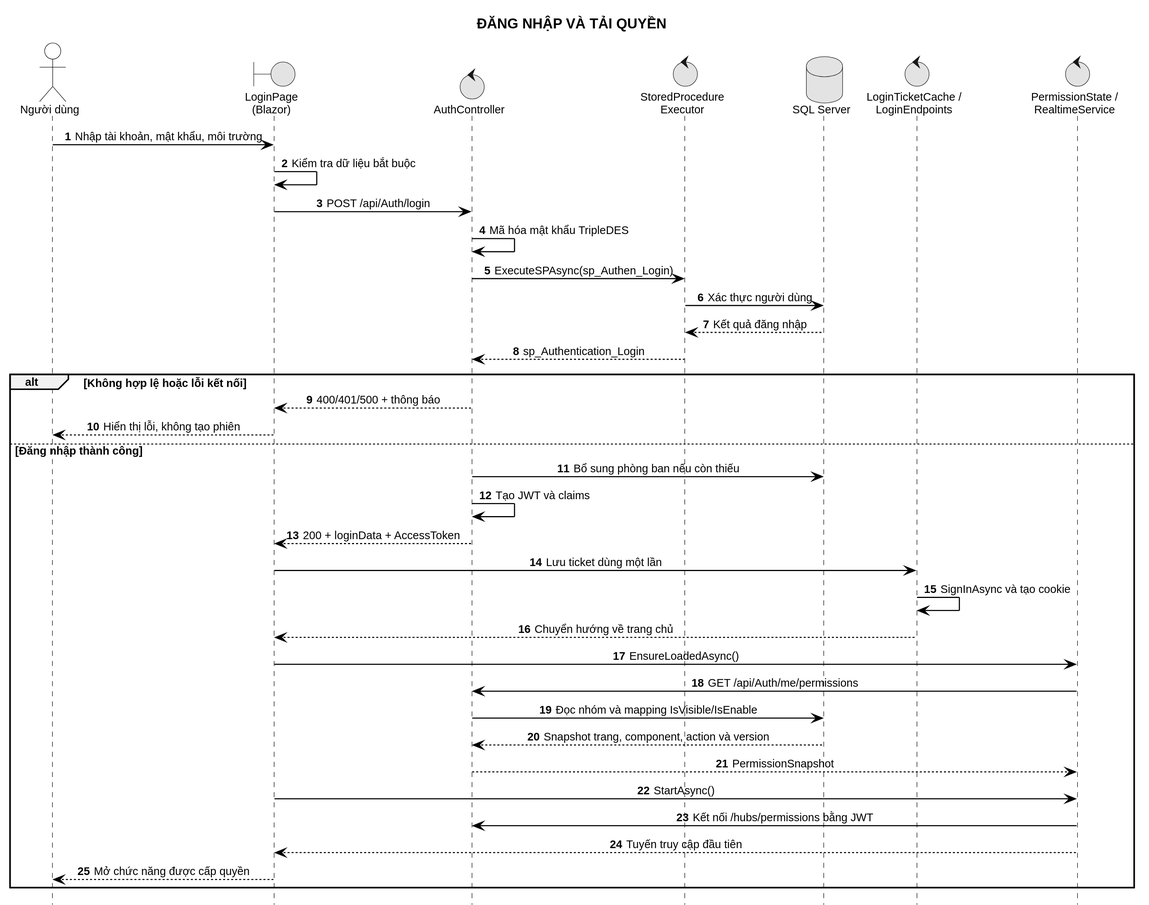
The PlantUML diagram LVTN/diagrams/ch03/sequence-login-permissions.svg in Miikey24s/gtas_vpp, before a commit.
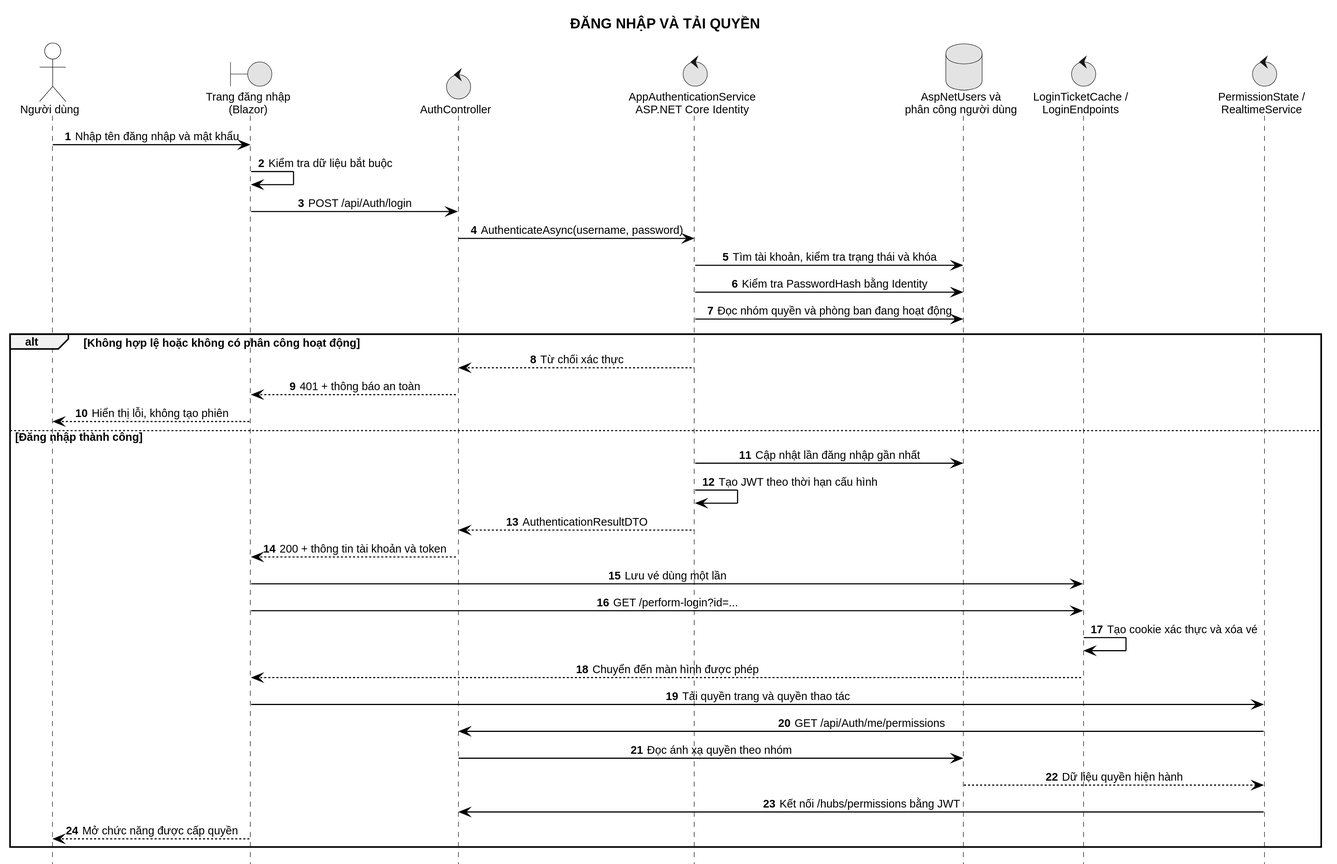
Later version of the same file.

Diff of the diagram source:
```diff
@@ -3,40 +3,39 @@
 title ĐĂNG NHẬP VÀ TẢI QUYỀN
 
 actor "Người dùng" as User
-boundary "LoginPage\n(Blazor)" as FE
+boundary "Trang đăng nhập\n(Blazor)" as FE
 control "AuthController" as API
-control "StoredProcedure\nExecutor" as SP
-database "SQL Server" as DB
+control "AppAuthenticationService\nASP.NET Core Identity" as Auth
+database "AspNetUsers và\nphân công người dùng" as DB
 control "LoginTicketCache /\nLoginEndpoints" as Session
 control "PermissionState /\nRealtimeService" as Perm
 
-User -> FE : Nhập tài khoản, mật khẩu, môi trường
+User -> FE : Nhập tên đăng nhập và mật khẩu
 FE -> FE : Kiểm tra dữ liệu bắt buộc
 FE -> API : POST /api/Auth/login
-API -> API : Mã hóa mật khẩu TripleDES
-API -> SP : ExecuteSPAsync(sp_Authen_Login)
-SP -> DB : Xác thực người dùng
-DB --> SP : Kết quả đăng nhập
-SP --> API : sp_Authentication_Login
+API -> Auth : AuthenticateAsync(username, password)
+Auth -> DB : Tìm tài khoản, kiểm tra trạng thái và khóa
+Auth -> DB : Kiểm tra PasswordHash bằng Identity
+Auth -> DB : Đọc nhóm quyền và phòng ban đang hoạt động
 
-alt Không hợp lệ hoặc lỗi kết nối
-  API --> FE : 400/401/500 + thông báo
+alt Không hợp lệ hoặc không có phân công hoạt động
+  Auth --> API : Từ chối xác thực
+  API --> FE : 401 + thông báo an toàn
   FE --> User : Hiển thị lỗi, không tạo phiên
 else Đăng nhập thành công
-  API -> DB : Bổ sung phòng ban nếu còn thiếu
-  API -> API : Tạo JWT và claims
-  API --> FE : 200 + loginData + AccessToken
-  FE -> Session : Lưu ticket dùng một lần
-  Session -> Session : SignInAsync và tạo cookie
-  Session --> FE : Chuyển hướng về trang chủ
-  FE -> Perm : EnsureLoadedAsync()
+  Auth -> DB : Cập nhật lần đăng nhập gần nhất
+  Auth -> Auth : Tạo JWT theo thời hạn cấu hình
+  Auth --> API : AuthenticationResultDTO
+  API --> FE : 200 + thông tin tài khoản và token
+  FE -> Session : Lưu vé dùng một lần
+  FE -> Session : GET /perform-login?id=...
+  Session -> Session : Tạo cookie xác thực và xóa vé
+  Session --> FE : Chuyển đến màn hình được phép
+  FE -> Perm : Tải quyền trang và quyền thao tác
   Perm -> API : GET /api/Auth/me/permissions
-  API -> DB : Đọc nhóm và mapping IsVisible/IsEnable
-  DB --> API : Snapshot trang, component, action và version
-  API --> Perm : PermissionSnapshot
-  FE -> Perm : StartAsync()
+  API -> DB : Đọc ánh xạ quyền theo nhóm
+  DB --> Perm : Dữ liệu quyền hiện hành
   Perm -> API : Kết nối /hubs/permissions bằng JWT
-  Perm --> FE : Tuyến truy cập đầu tiên
   FE --> User : Mở chức năng được cấp quyền
 end
 @enduml
```
